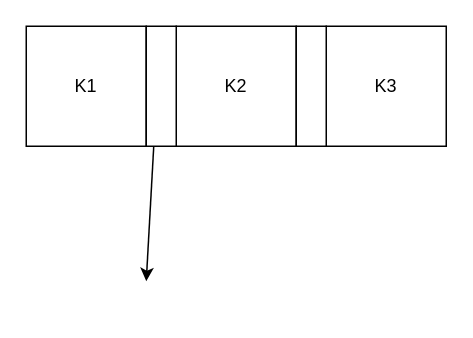
Above: Untitled Diagram.drawio in youngCR3/illustration (draw.io), before the change. Source tidied: cells renumbered, new cells numbered last; positions are measured from the earlier drawing's top-left corner, leaving out a move shared by most shapes. Both pictures are drawn from the tidied source at 150%, with x=0, y=0 at pixel (26, 26).
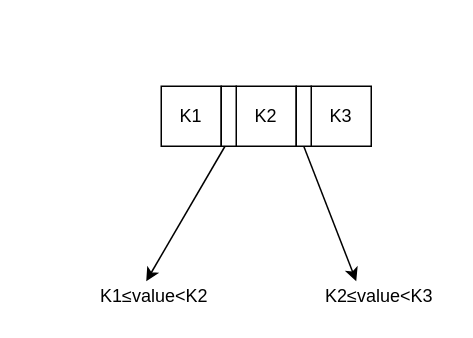
The same page after the edit.

What changed in the source:
```diff
@@
 <mxGraphModel>
   <root>
     <mxCell id="0" />
     <mxCell id="1" parent="0" />
     <mxCell id="2" value="K1" style="whiteSpace=wrap;html=1;" parent="1" vertex="1">
-      <mxGeometry width="80" height="80" as="geometry" />
+      <mxGeometry x="90" y="40" width="40" height="40" as="geometry" />
     </mxCell>
     <mxCell id="3" value="K2" style="whiteSpace=wrap;html=1;" parent="1" vertex="1">
-      <mxGeometry x="100" width="80" height="80" as="geometry" />
+      <mxGeometry x="140" y="40" width="40" height="40" as="geometry" />
     </mxCell>
     <mxCell id="4" value="K3" style="whiteSpace=wrap;html=1;" parent="1" vertex="1">
-      <mxGeometry x="200" width="80" height="80" as="geometry" />
+      <mxGeometry x="190" y="40" width="40" height="40" as="geometry" />
     </mxCell>
     <mxCell id="5" style="rounded=0;whiteSpace=wrap;html=1;" parent="1" vertex="1">
-      <mxGeometry x="80" width="20" height="80" as="geometry" />
+      <mxGeometry x="130" y="40" width="10" height="40" as="geometry" />
     </mxCell>
     <mxCell id="6" style="rounded=0;whiteSpace=wrap;html=1;" parent="1" vertex="1">
-      <mxGeometry x="180" width="20" height="80" as="geometry" />
+      <mxGeometry x="180" y="40" width="10" height="40" as="geometry" />
     </mxCell>
     <mxCell id="7" style="endArrow=classic;html=1;rounded=0;exitX=0.25;exitY=1;exitDx=0;exitDy=0;" parent="1" edge="1" source="5">
       <mxGeometry relative="1" as="geometry">
         <mxPoint x="80" y="170" as="targetPoint" />
       </mxGeometry>
     </mxCell>
+    <mxCell id="8" style="endArrow=classic;html=1;rounded=0;exitX=0.5;exitY=1;exitDx=0;exitDy=0;" parent="1" edge="1" source="6">
+      <mxGeometry relative="1" as="geometry">
+        <mxPoint x="220" y="170" as="targetPoint" />
+      </mxGeometry>
+    </mxCell>
+    <mxCell id="9" value="K1≤value&amp;lt;K2" style="text;html=1;align=center;verticalAlign=middle;fillColor=none;strokeColor=none;rounded=0;" parent="1" vertex="1">
+      <mxGeometry x="40" y="170" width="90" height="20" as="geometry" />
+    </mxCell>
+    <mxCell id="10" value="K2≤value&amp;lt;K3" style="text;html=1;align=center;verticalAlign=middle;fillColor=none;strokeColor=none;rounded=0;" parent="1" vertex="1">
+      <mxGeometry x="190" y="170" width="90" height="20" as="geometry" />
+    </mxCell>
   </root>
 </mxGraphModel>
```
